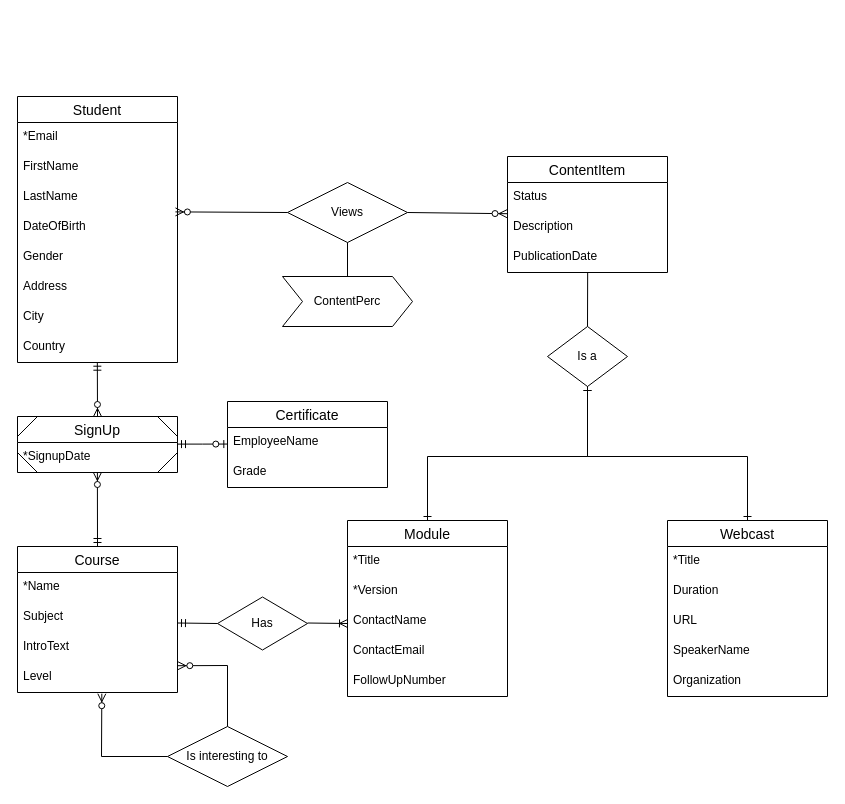
Above: page "ERD" (2 of 2) of Diagrams/Class Diagram en ERD Improved.drawio in TeaDrinkingProgrammer/MRLS-programmeren2 (draw.io), before the change. Source tidied: cells renumbered, new cells numbered last; positions are measured from the earlier drawing's top-left corner, leaving out a move shared by most shapes. Both pictures are drawn from the tidied source at 100%, with x=0, y=0 at pixel (17, 96).
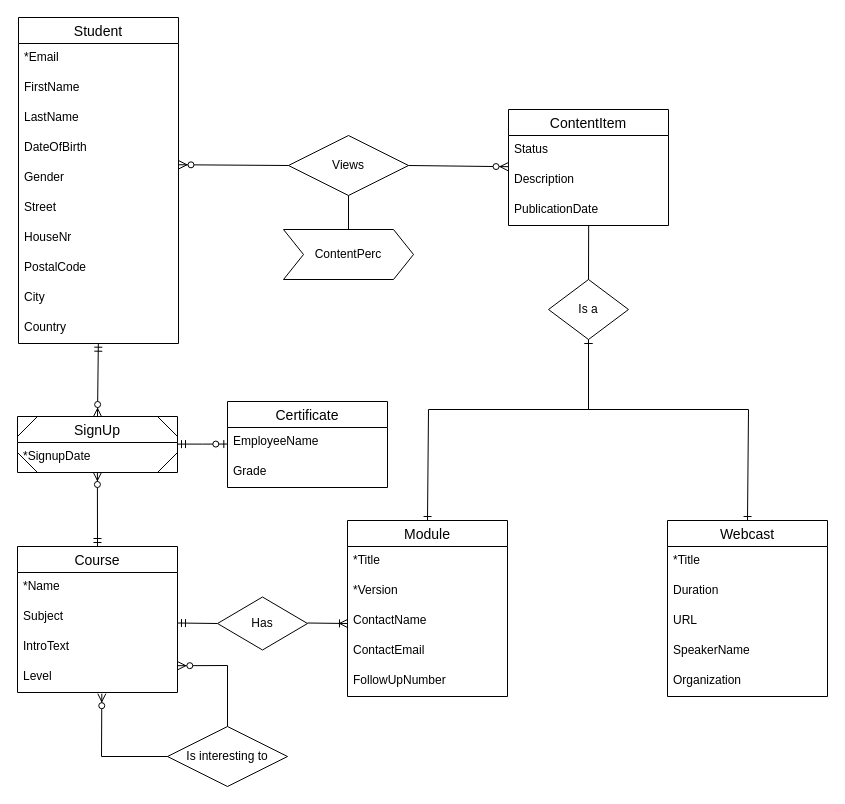
The same diagram, later.

Unchanged cells that the change refers to:
```xml
<mxCell id="6" value="Module" style="swimlane;fontStyle=0;horizontal=1;startSize=26;align=center;fontSize=14;" parent="1" vertex="1">
  <mxGeometry x="330" y="424" width="160" height="176" as="geometry" />
</mxCell>
<mxCell id="12" value="Webcast" style="swimlane;fontStyle=0;horizontal=1;startSize=26;align=center;fontSize=14;" parent="1" vertex="1">
  <mxGeometry x="650" y="424" width="160" height="176" as="geometry" />
</mxCell>
<mxCell id="34" value="DateOfBirth" style="text;strokeColor=none;fillColor=none;spacingLeft=4;spacingRight=4;overflow=hidden;points=[[0,0.5],[1,0.5]];portConstraint=eastwest;fontSize=12;" parent="30" vertex="1">
  <mxGeometry y="116" width="160" height="30" as="geometry" />
</mxCell>
<mxCell id="35" value="Gender" style="text;strokeColor=none;fillColor=none;spacingLeft=4;spacingRight=4;overflow=hidden;points=[[0,0.5],[1,0.5]];portConstraint=eastwest;fontSize=12;" parent="30" vertex="1">
  <mxGeometry y="146" width="160" height="30" as="geometry" />
</mxCell>
```

What changed in the source:
```diff
@@
     <mxCell id="2" value="ContentItem" style="swimlane;fontStyle=0;horizontal=1;startSize=26;align=center;fontSize=14;" parent="1" vertex="1">
-      <mxGeometry x="490" y="60" width="160" height="116" as="geometry" />
+      <mxGeometry x="491" y="13" width="160" height="116" as="geometry" />
     </mxCell>
@@
     <mxCell id="18" value="Is a" style="shape=rhombus;perimeter=rhombusPerimeter;whiteSpace=wrap;html=1;align=center;" parent="1" vertex="1">
-      <mxGeometry x="530" y="230" width="80" height="60" as="geometry" />
+      <mxGeometry x="531" y="183" width="80" height="60" as="geometry" />
     </mxCell>
     <mxCell id="19" style="endArrow=ERone;html=1;rounded=0;exitX=0.5;exitY=0;exitDx=0;exitDy=0;entryX=0.5;entryY=1;entryDx=0;entryDy=0;startArrow=ERone;startFill=0;endFill=0;" parent="1" edge="1" source="6" target="18">
       <mxGeometry relative="1" as="geometry">
         <Array as="points">
-          <mxPoint x="410" y="360" />
-          <mxPoint x="570" y="360" />
+          <mxPoint x="411" y="313" />
+          <mxPoint x="571" y="313" />
         </Array>
       </mxGeometry>
     </mxCell>
     <mxCell id="20" style="endArrow=ERone;html=1;rounded=0;exitX=0.5;exitY=1;exitDx=0;exitDy=0;entryX=0.5;entryY=0;entryDx=0;entryDy=0;startArrow=ERone;startFill=0;endFill=0;" parent="1" edge="1" source="18" target="12">
       <mxGeometry relative="1" as="geometry">
         <Array as="points">
-          <mxPoint x="570" y="360" />
-          <mxPoint x="730" y="360" />
+          <mxPoint x="571" y="313" />
+          <mxPoint x="731" y="313" />
         </Array>
       </mxGeometry>
     </mxCell>
@@
     <mxCell id="30" value="Student" style="swimlane;fontStyle=0;horizontal=1;startSize=26;align=center;fontSize=14;" parent="1" vertex="1">
-      <mxGeometry width="160" height="266" as="geometry" />
+      <mxGeometry x="1" y="-79" width="160" height="326" as="geometry" />
     </mxCell>
@@
-    <mxCell id="36" value="Address" style="text;strokeColor=none;fillColor=none;spacingLeft=4;spacingRight=4;overflow=hidden;fontSize=12;" parent="30" vertex="1">
+    <mxCell id="36" value="Street" style="text;strokeColor=none;fillColor=none;spacingLeft=4;spacingRight=4;overflow=hidden;fontSize=12;" parent="30" vertex="1">
       <mxGeometry y="176" width="160" height="30" as="geometry" />
     </mxCell>
+    <mxCell id="59" value="HouseNr" style="text;strokeColor=none;fillColor=none;spacingLeft=4;spacingRight=4;overflow=hidden;fontSize=12;" parent="30" vertex="1">
+      <mxGeometry y="206" width="160" height="30" as="geometry" />
+    </mxCell>
+    <mxCell id="60" value="PostalCode" style="text;strokeColor=none;fillColor=none;spacingLeft=4;spacingRight=4;overflow=hidden;fontSize=12;" parent="30" vertex="1">
+      <mxGeometry y="236" width="160" height="30" as="geometry" />
+    </mxCell>
     <mxCell id="37" value="City" style="text;strokeColor=none;fillColor=none;spacingLeft=4;spacingRight=4;overflow=hidden;fontSize=12;" parent="30" vertex="1">
-      <mxGeometry y="206" width="160" height="30" as="geometry" />
+      <mxGeometry y="266" width="160" height="30" as="geometry" />
     </mxCell>
     <mxCell id="38" value="Country" style="text;strokeColor=none;fillColor=none;spacingLeft=4;spacingRight=4;overflow=hidden;points=[[0,0.5],[1,0.5]];portConstraint=eastwest;fontSize=12;" parent="30" vertex="1">
-      <mxGeometry y="236" width="160" height="30" as="geometry" />
+      <mxGeometry y="296" width="160" height="30" as="geometry" />
     </mxCell>
     <mxCell id="39" value="Views" style="shape=rhombus;perimeter=rhombusPerimeter;whiteSpace=wrap;html=1;align=center;" parent="1" vertex="1">
-      <mxGeometry x="270" y="86" width="120" height="60" as="geometry" />
+      <mxGeometry x="271" y="39" width="120" height="60" as="geometry" />
     </mxCell>
-    <mxCell id="40" style="endArrow=none;html=1;rounded=0;entryX=0;entryY=0.5;entryDx=0;entryDy=0;startArrow=ERzeroToMany;startFill=1;exitX=0.987;exitY=-0.02;exitDx=0;exitDy=0;exitPerimeter=0;" parent="1" edge="1" source="34" target="39">
+    <mxCell id="40" style="endArrow=none;html=1;rounded=0;entryX=0;entryY=0.5;entryDx=0;entryDy=0;startArrow=ERzeroToMany;startFill=1;exitX=1.003;exitY=0.042;exitDx=0;exitDy=0;exitPerimeter=0;" parent="1" edge="1" source="35" target="39">
       <mxGeometry relative="1" as="geometry" />
     </mxCell>
@@
     <mxCell id="47" value="&lt;span style=&quot;text-align: left&quot;&gt;ContentPerc&lt;/span&gt;" style="shape=step;perimeter=stepPerimeter;whiteSpace=wrap;html=1;fixedSize=1;size=20;align=center;" parent="1" vertex="1">
-      <mxGeometry x="265" y="180" width="130" height="50" as="geometry" />
+      <mxGeometry x="266" y="133" width="130" height="50" as="geometry" />
     </mxCell>
```
